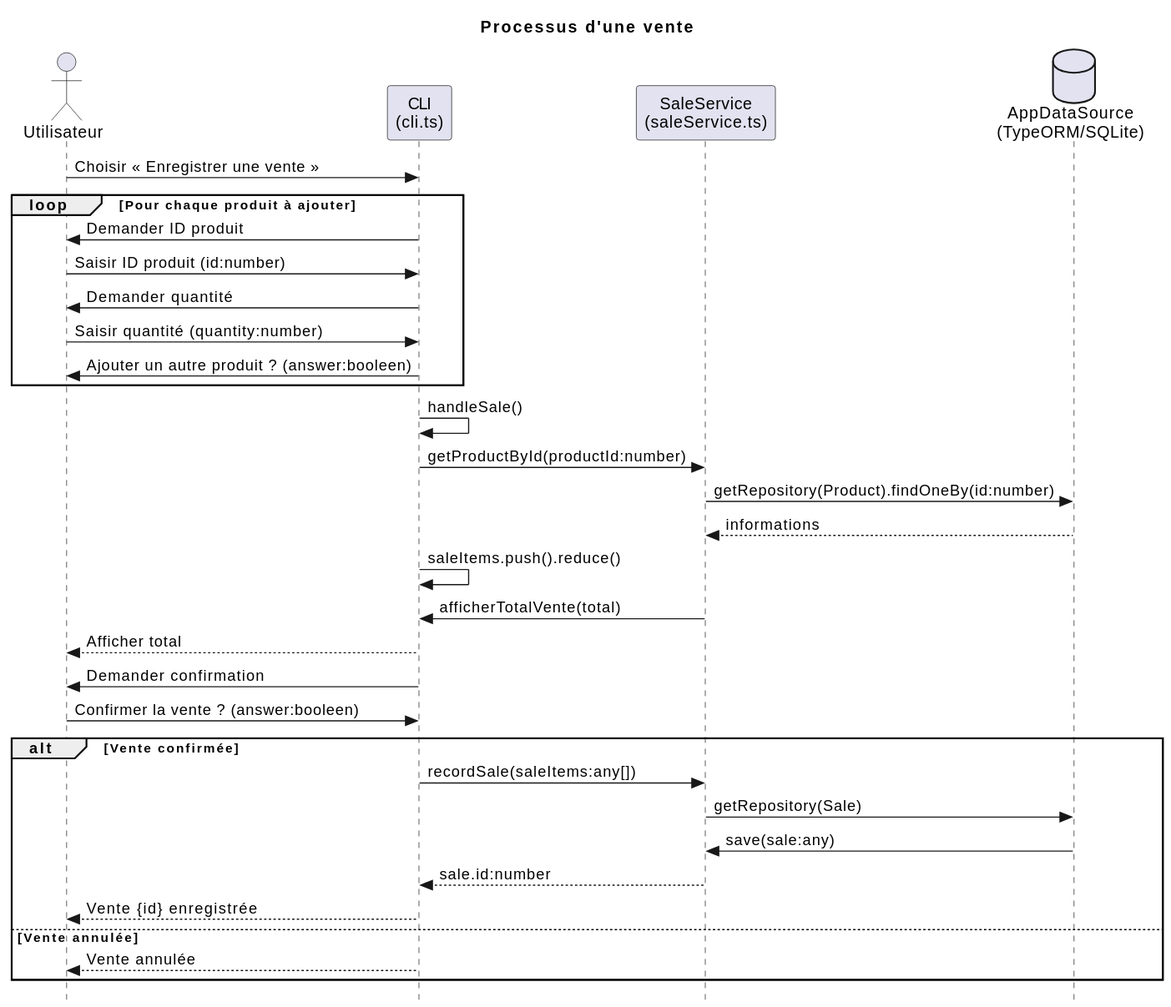
Before: out/docs/process/record-sale/record-sale.svg, a diagram exported from PlantUML (RaphaelMailhiot/LOG430-labo).
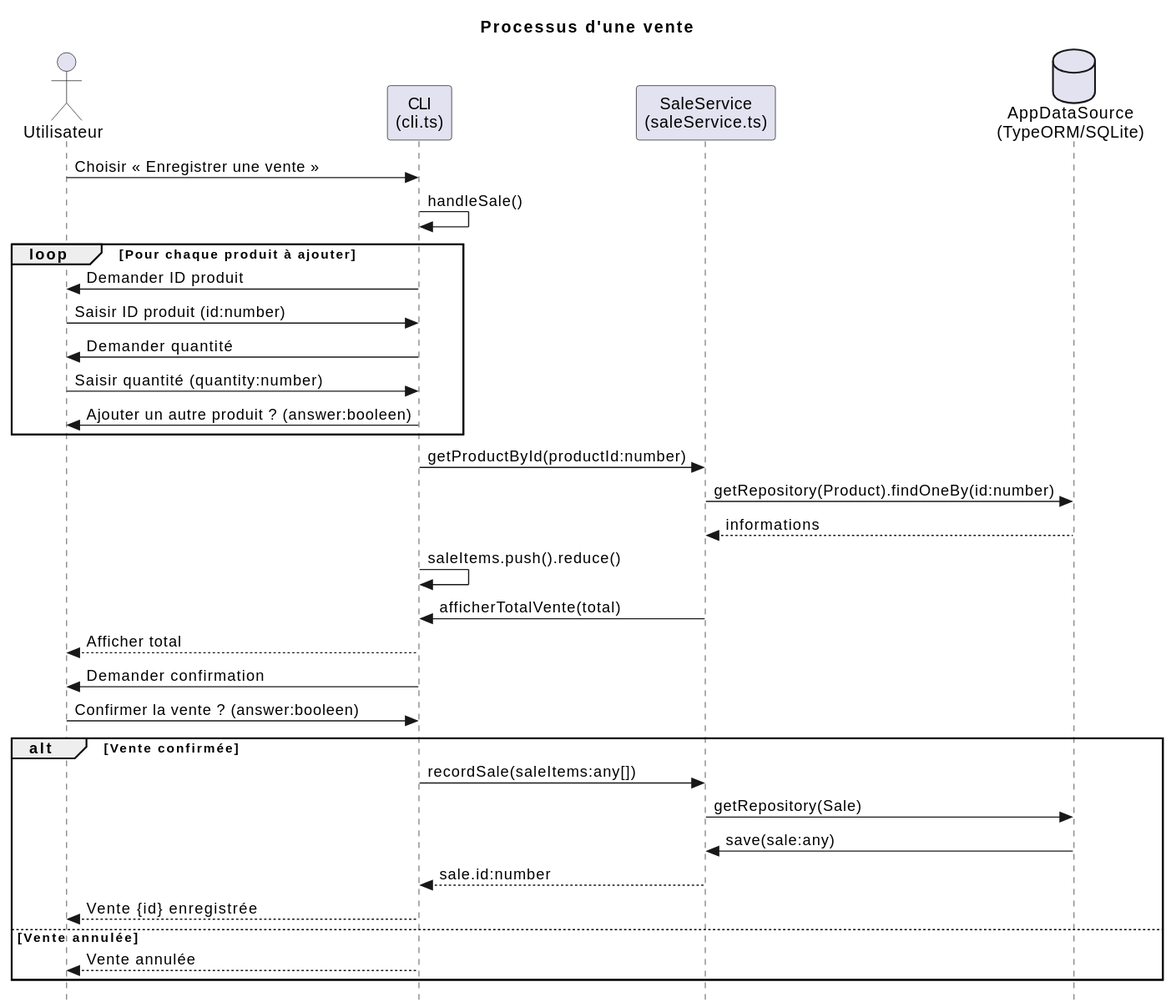
After the change.

What changed in the source:
```diff
@@ -8,6 +8,7 @@
 database "AppDataSource\n(TypeORM/SQLite)" as Database
 
 Utilisateur -> CLI : Choisir « Enregistrer une vente »
+CLI -> CLI : handleSale()
 
 loop Pour chaque produit à ajouter
     CLI -> Utilisateur : Demander ID produit
@@ -17,7 +18,6 @@
     CLI -> Utilisateur : Ajouter un autre produit ? (answer:booleen)
 end
 
-CLI -> CLI : handleSale()
 CLI -> SaleService : getProductById(productId:number)
 SaleService -> Database : getRepository(Product).findOneBy(id:number)
 Database --> SaleService : informations
```
